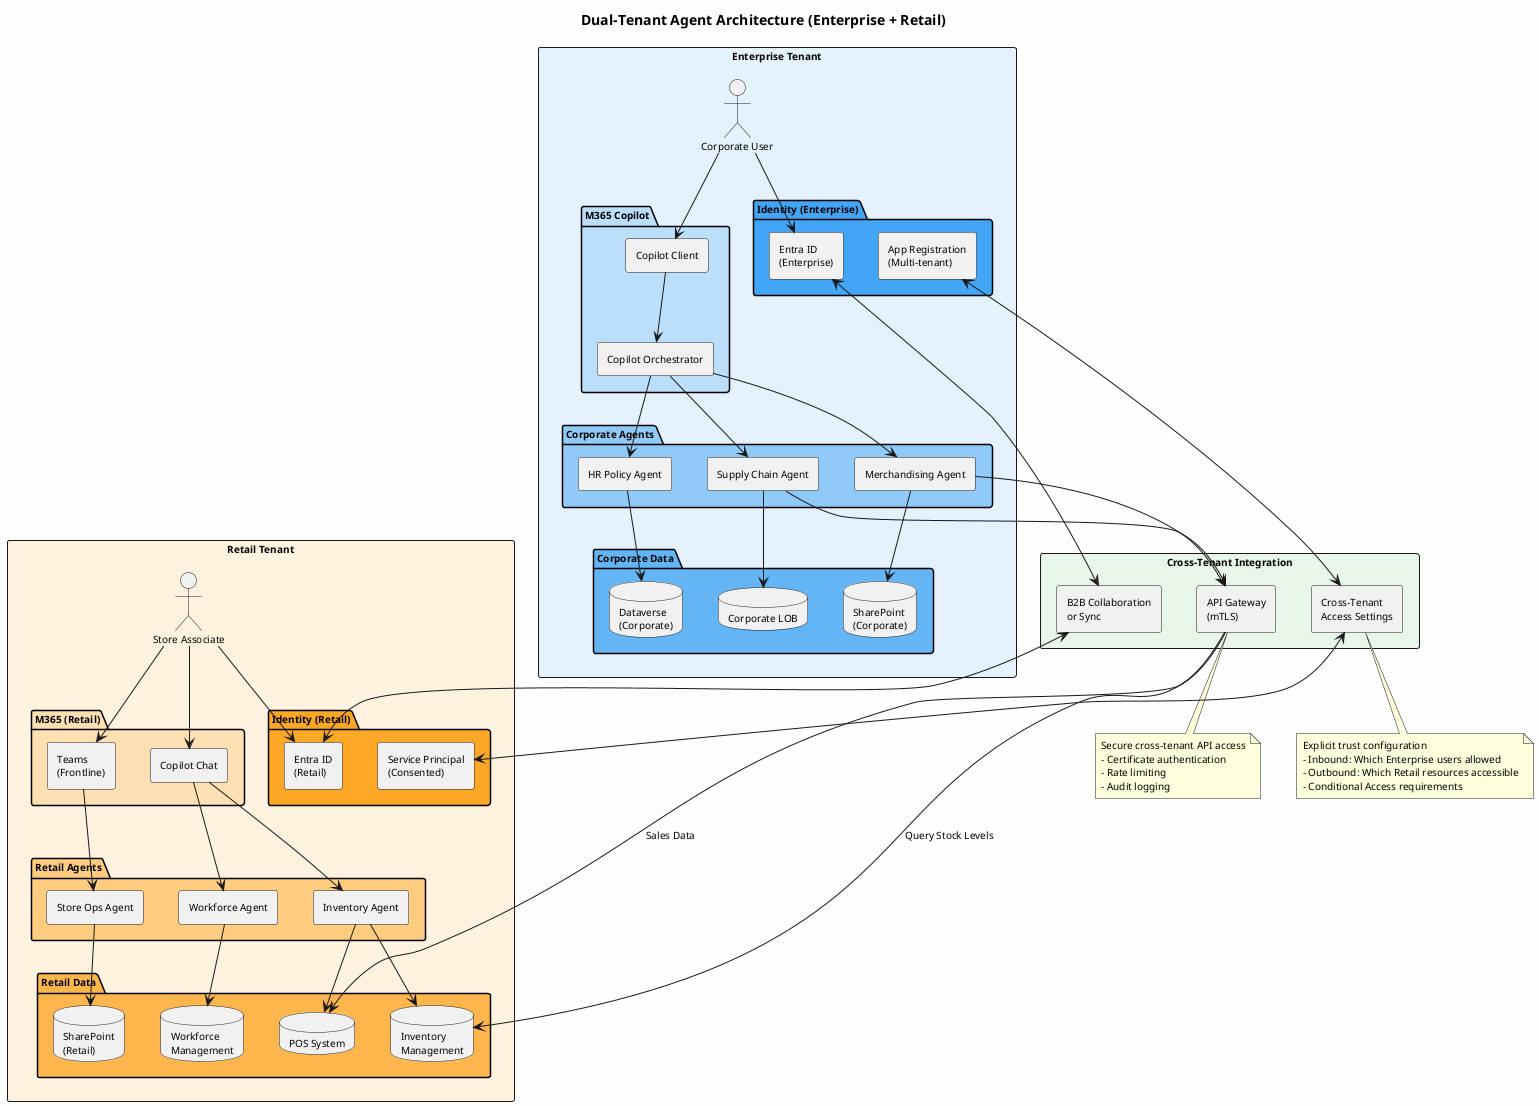
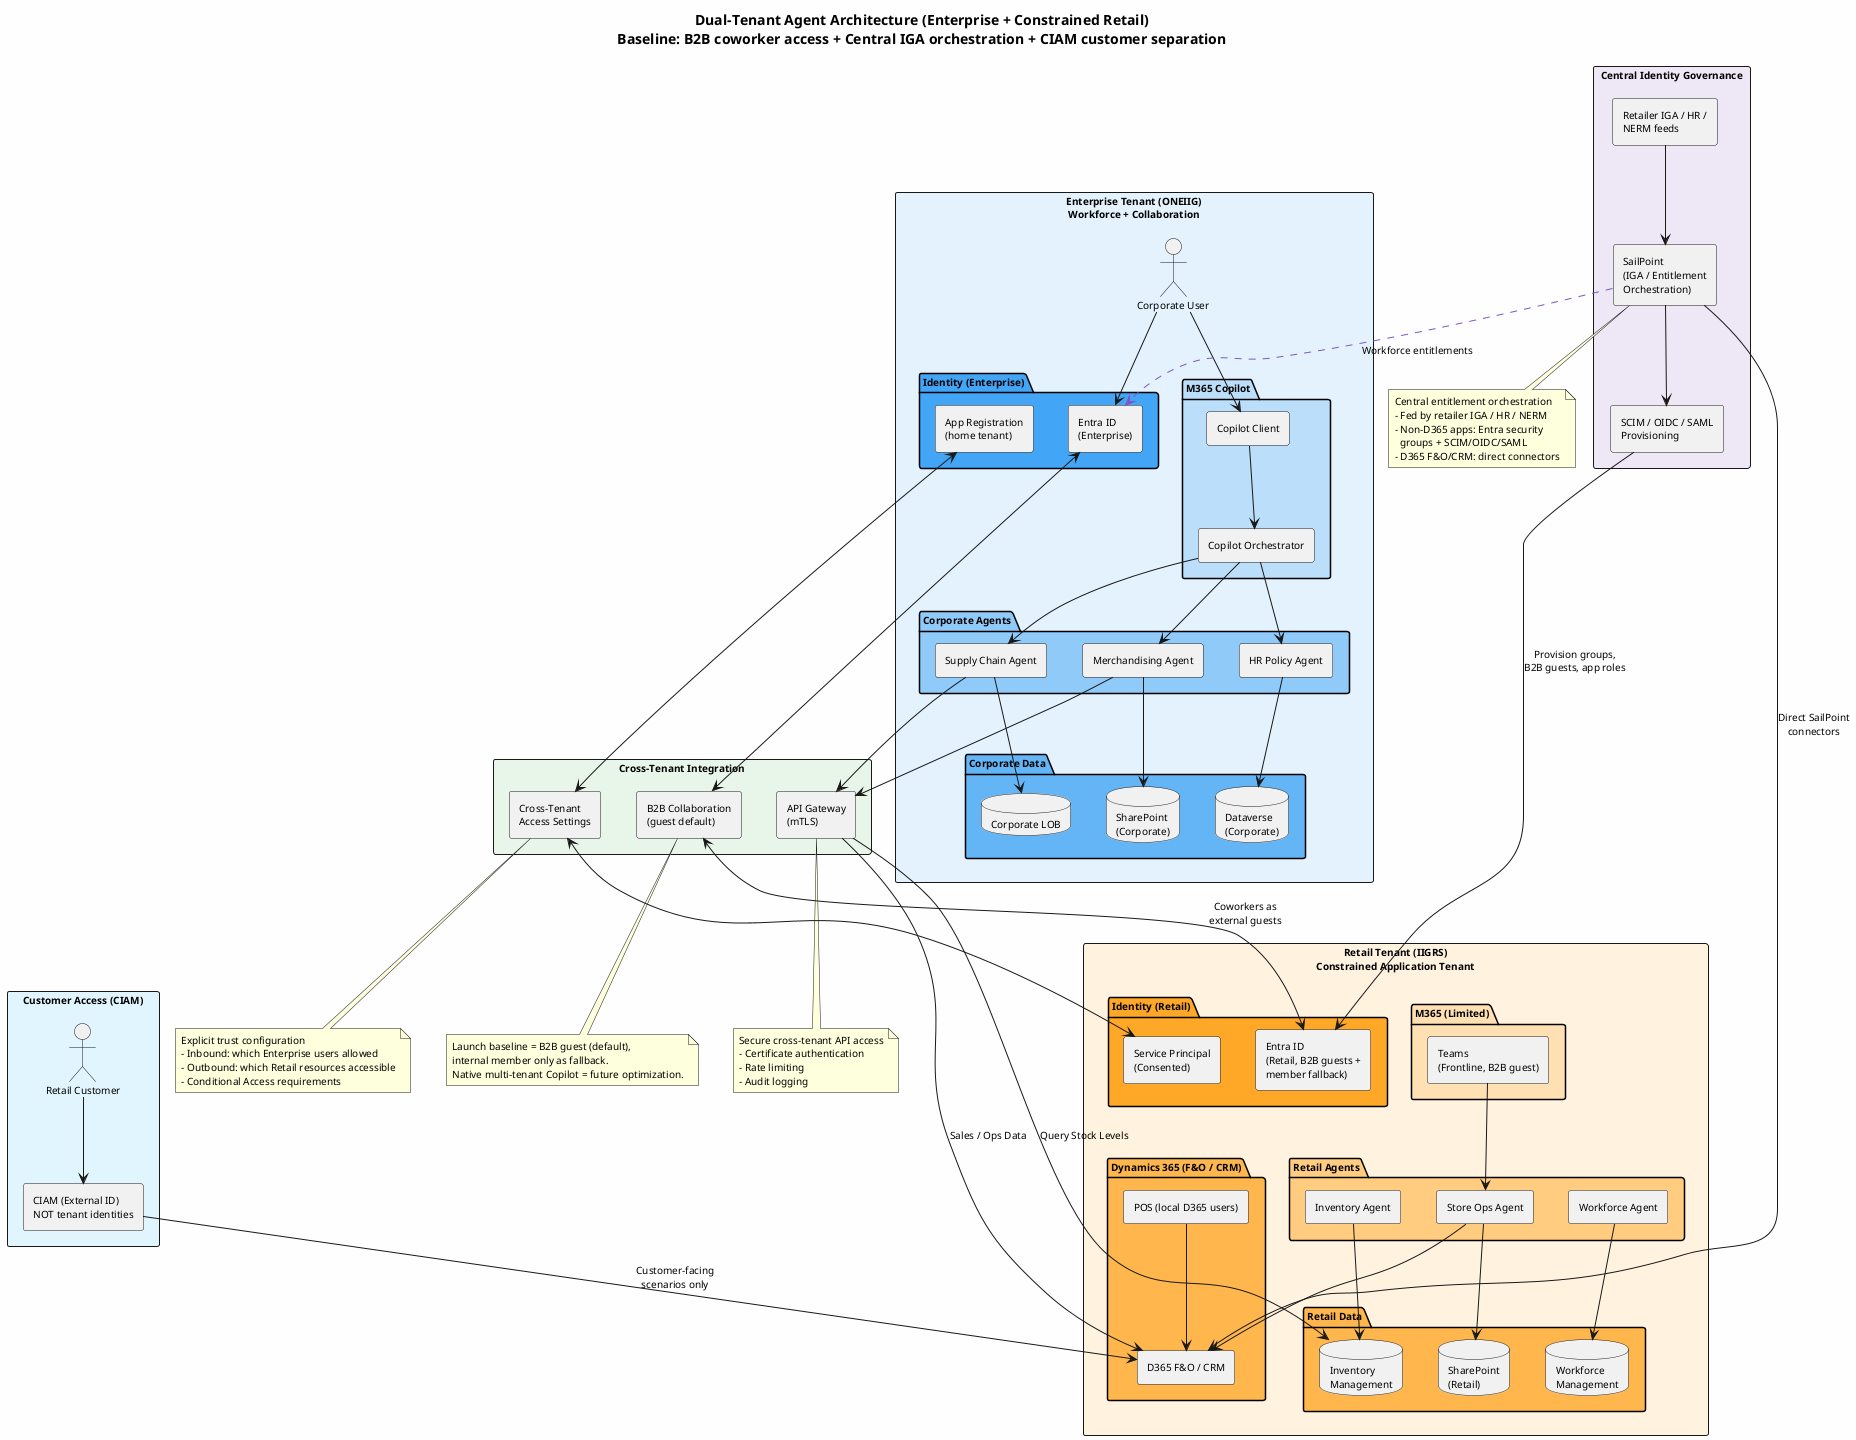
@startuml Dual-Tenant Agent Architecture

skinparam backgroundColor #FEFEFE
skinparam componentStyle rectangle
skinparam defaultFontName Arial
skinparam defaultFontSize 10

- title Dual-Tenant Agent Architecture (Enterprise + Retail)
+ title Dual-Tenant Agent Architecture (Enterprise + Constrained Retail)\nBaseline: B2B coworker access + Central IGA orchestration + CIAM customer separation

- rectangle "Enterprise Tenant" #E3F2FD {
+ rectangle "Enterprise Tenant (ONEIIG)\nWorkforce + Collaboration" #E3F2FD {
    actor "Corporate User" as corp_user

    package "M365 Copilot" #BBDEFB {
        [Copilot Client] as corp_copilot
        [Copilot Orchestrator] as corp_orchestrator
    }

    package "Corporate Agents" #90CAF9 {
        [Merchandising Agent] as merch_agent
        [Supply Chain Agent] as supply_agent
        [HR Policy Agent] as hr_agent
    }

    package "Corporate Data" #64B5F6 {
        database "SharePoint\n(Corporate)" as corp_sp
        database "Dataverse\n(Corporate)" as corp_dv
        database "Corporate LOB" as corp_lob
    }

    package "Identity (Enterprise)" #42A5F5 {
        [Entra ID\n(Enterprise)] as corp_entra
-         [App Registration\n(Multi-tenant)] as corp_app
+         [App Registration\n(home tenant)] as corp_app
    }
}

- rectangle "Retail Tenant" #FFF3E0 {
-     actor "Store Associate" as store_user
+ rectangle "Central Identity Governance" #EDE7F6 {
+     [SailPoint\n(IGA / Entitlement\nOrchestration)] as sailpoint
+     [Retailer IGA / HR /\nNERM feeds] as retailer_src
+     [SCIM / OIDC / SAML\nProvisioning] as scim
+ }

-     package "M365 (Retail)" #FFE0B2 {
-         [Teams\n(Frontline)] as retail_teams
-         [Copilot Chat] as retail_copilot
+ rectangle "Retail Tenant (IIGRS)\nConstrained Application Tenant" #FFF3E0 {
+     package "M365 (Limited)" #FFE0B2 {
+         [Teams\n(Frontline, B2B guest)] as retail_teams
    }

    package "Retail Agents" #FFCC80 {
        [Store Ops Agent] as store_agent
        [Inventory Agent] as inv_agent
        [Workforce Agent] as wfm_agent
    }

+     package "Dynamics 365 (F&O / CRM)" #FFB74D {
+         [D365 F&O / CRM] as d365
+         [POS (local D365 users)] as pos_users
+     }
+ 
    package "Retail Data" #FFB74D {
        database "SharePoint\n(Retail)" as retail_sp
-         database "POS System" as pos
        database "Inventory\nManagement" as inventory
        database "Workforce\nManagement" as wfm
    }

    package "Identity (Retail)" #FFA726 {
-         [Entra ID\n(Retail)] as retail_entra
+         [Entra ID\n(Retail, B2B guests +\nmember fallback)] as retail_entra
        [Service Principal\n(Consented)] as retail_sp_app
    }
}

+ rectangle "Customer Access (CIAM)" #E1F5FE {
+     actor "Retail Customer" as customer
+     [CIAM (External ID)\nNOT tenant identities] as ciam
+ }
+ 
rectangle "Cross-Tenant Integration" #E8F5E9 {
    [Cross-Tenant\nAccess Settings] as ctas
-     [B2B Collaboration\nor Sync] as b2b
+     [B2B Collaboration\n(guest default)] as b2b
    [API Gateway\n(mTLS)] as api_gw
}

' Enterprise internal flows
corp_user --> corp_copilot
corp_copilot --> corp_orchestrator
corp_orchestrator --> merch_agent
corp_orchestrator --> supply_agent
corp_orchestrator --> hr_agent
merch_agent --> corp_sp
supply_agent --> corp_lob
hr_agent --> corp_dv
corp_user --> corp_entra

+ ' Central IGA orchestration flows
+ retailer_src --> sailpoint
+ sailpoint --> scim
+ scim --> retail_entra : Provision groups,\nB2B guests, app roles
+ sailpoint --> d365 : Direct SailPoint\nconnectors
+ sailpoint -[#7E57C2,dashed]-> corp_entra : Workforce entitlements
+ 
' Retail internal flows
- store_user --> retail_teams
- store_user --> retail_copilot
retail_teams --> store_agent
- retail_copilot --> inv_agent
- retail_copilot --> wfm_agent
store_agent --> retail_sp
inv_agent --> inventory
- inv_agent --> pos
wfm_agent --> wfm
- store_user --> retail_entra
+ store_agent --> d365
+ pos_users --> d365
+ 
+ ' Customer flows (kept separate from coworker identity)
+ customer --> ciam
+ ciam --> d365 : Customer-facing\nscenarios only

' Cross-tenant flows
corp_app <--> ctas
ctas <--> retail_sp_app
corp_entra <--> b2b
- b2b <--> retail_entra
+ b2b <--> retail_entra : Coworkers as\nexternal guests
merch_agent --> api_gw
api_gw --> inventory : Query Stock Levels
supply_agent --> api_gw
- api_gw --> pos : Sales Data
+ api_gw --> d365 : Sales / Ops Data
+ 
+ note bottom of sailpoint
+   Central entitlement orchestration
+   - Fed by retailer IGA / HR / NERM
+   - Non-D365 apps: Entra security
+     groups + SCIM/OIDC/SAML
+   - D365 F&O/CRM: direct connectors
+ end note

note bottom of ctas
  Explicit trust configuration
-   - Inbound: Which Enterprise users allowed
-   - Outbound: Which Retail resources accessible
+   - Inbound: which Enterprise users allowed
+   - Outbound: which Retail resources accessible
  - Conditional Access requirements
+ end note
+ 
+ note bottom of b2b
+   Launch baseline = B2B guest (default),
+   internal member only as fallback.
+   Native multi-tenant Copilot = future optimization.
end note

note bottom of api_gw
  Secure cross-tenant API access
  - Certificate authentication
  - Rate limiting
  - Audit logging
end note

@enduml
